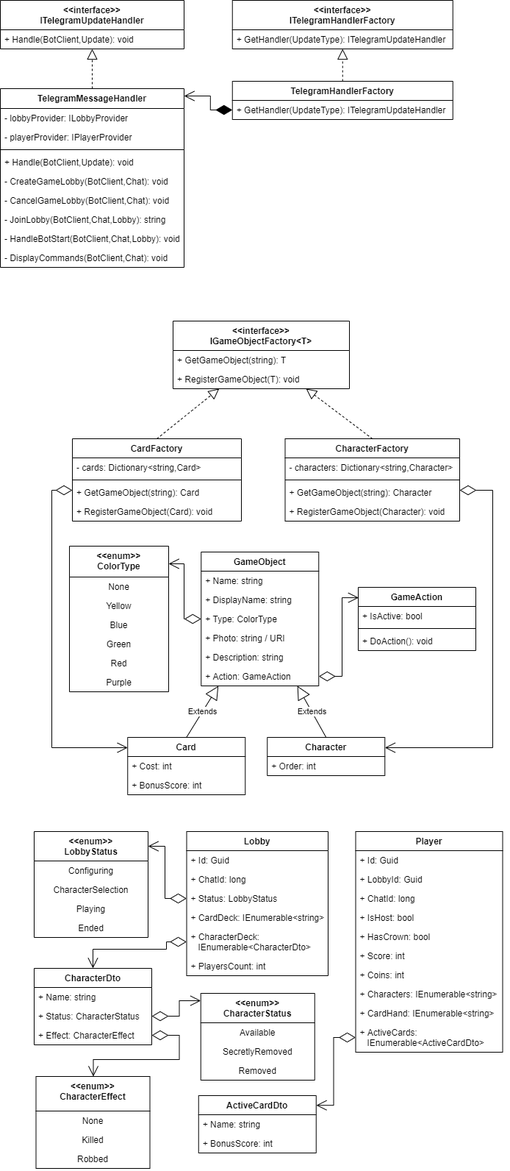
Before: docs/UML-diagram.png, a diagram exported from draw.io (AntonArtomovNM/KCAA). Source tidied: cells renumbered, new cells last; positions are measured from the earlier drawing's top-left corner, leaving out a move shared by most shapes.
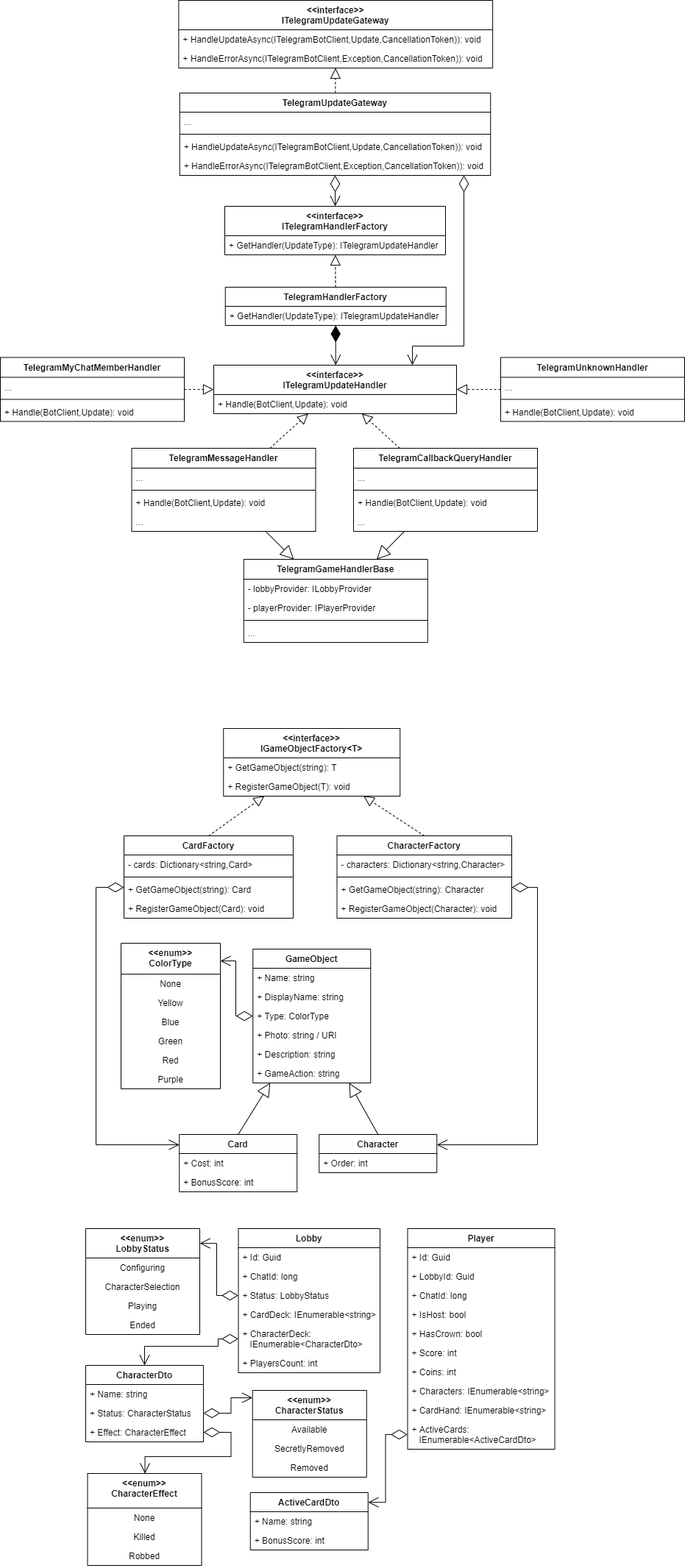
Above is the later version.

The edit, as a diff of the source:
```diff
@@ -49,17 +49,5 @@
     </mxCell>
-    <mxCell id="17" value="+ Action: GameAction" style="text;strokeColor=none;fillColor=none;align=left;verticalAlign=top;spacingLeft=4;spacingRight=4;overflow=hidden;points=[[0,0.5],[1,0.5]];portConstraint=eastwest;" parent="11" vertex="1">
+    <mxCell id="17" value="+ GameAction: string" style="text;strokeColor=none;fillColor=none;align=left;verticalAlign=top;spacingLeft=4;spacingRight=4;overflow=hidden;points=[[0,0.5],[1,0.5]];portConstraint=eastwest;" parent="11" vertex="1">
       <mxGeometry y="156" width="160" height="26" as="geometry" />
     </mxCell>
-    <mxCell id="18" value="GameAction" style="swimlane;fontStyle=1;align=center;verticalAlign=top;horizontal=1;startSize=26;" parent="1" vertex="1">
-      <mxGeometry x="487" y="798" width="160" height="86" as="geometry" />
-    </mxCell>
-    <mxCell id="19" value="+ IsActive: bool" style="text;strokeColor=none;fillColor=none;align=left;verticalAlign=top;spacingLeft=4;spacingRight=4;overflow=hidden;" parent="18" vertex="1">
-      <mxGeometry y="26" width="160" height="26" as="geometry" />
-    </mxCell>
-    <mxCell id="20" style="line;strokeWidth=1;fillColor=none;align=left;verticalAlign=middle;spacingTop=-1;spacingLeft=3;spacingRight=3;labelPosition=right;" parent="18" vertex="1">
-      <mxGeometry y="52" width="160" height="8" as="geometry" />
-    </mxCell>
-    <mxCell id="21" value="+ DoAction(): void" style="text;strokeColor=none;fillColor=none;align=left;verticalAlign=top;spacingLeft=4;spacingRight=4;overflow=hidden;" parent="18" vertex="1">
-      <mxGeometry y="60" width="160" height="26" as="geometry" />
-    </mxCell>
     <mxCell id="22" value="ActiveCardDto" style="swimlane;fontStyle=1;align=center;verticalAlign=top;horizontal=1;startSize=26;" parent="1" vertex="1">
@@ -117,10 +105,2 @@
     </mxCell>
-    <mxCell id="38" style="edgeStyle=orthogonalEdgeStyle;rounded=0;jettySize=auto;html=1;startArrow=diamondThin;startFill=0;endArrow=open;endFill=0;startSize=20;endSize=12;entryX=0.003;entryY=0.164;entryDx=0;entryDy=0;entryPerimeter=0;exitX=1;exitY=0.5;exitDx=0;exitDy=0;" parent="1" edge="1" source="17" target="18">
-      <mxGeometry relative="1" as="geometry">
-        <Array as="points">
-          <mxPoint x="465" y="919" />
-          <mxPoint x="465" y="812" />
-        </Array>
-      </mxGeometry>
-    </mxCell>
     <mxCell id="39" style="edgeStyle=orthogonalEdgeStyle;rounded=0;jettySize=auto;html=1;startArrow=diamondThin;startFill=0;endArrow=open;endFill=0;startSize=20;endSize=12;exitX=1;exitY=0.5;exitDx=0;exitDy=0;" parent="1" edge="1" source="27" target="29">
@@ -237,3 +217,3 @@
     <mxCell id="67" value="TelegramHandlerFactory" style="swimlane;fontStyle=1;align=center;verticalAlign=top;horizontal=1;startSize=26;hachureGap=4;" parent="1" vertex="1">
-      <mxGeometry x="315.8" y="110" width="300" height="52" as="geometry" />
+      <mxGeometry x="235.7" y="-150" width="300" height="52" as="geometry" />
     </mxCell>
@@ -243,3 +223,3 @@
     <mxCell id="69" value="&lt;&lt;interface&gt;&gt;&#10;ITelegramHandlerFactory" style="swimlane;fontStyle=1;align=center;verticalAlign=top;horizontal=1;startSize=40;hachureGap=4;" parent="1" vertex="1">
-      <mxGeometry x="315.8" width="300" height="66" as="geometry" />
+      <mxGeometry x="235" y="-260" width="300" height="66" as="geometry" />
     </mxCell>
@@ -248,3 +228,3 @@
     </mxCell>
-    <mxCell id="71" style="endArrow=block;dashed=1;endFill=0;endSize=12;html=1;rounded=0;exitX=0.5;exitY=0;exitDx=0;exitDy=0;" parent="1" edge="1" source="67" target="69">
+    <mxCell id="71" style="endArrow=block;dashed=1;endFill=0;endSize=12;html=1;rounded=0;" parent="1" edge="1" source="67" target="69">
       <mxGeometry relative="1" as="geometry" />
@@ -252,45 +232,27 @@
     <mxCell id="72" value="&lt;&lt;interface&gt;&gt;&#10;ITelegramUpdateHandler" style="swimlane;fontStyle=1;align=center;verticalAlign=top;horizontal=1;startSize=40;hachureGap=4;" parent="1" vertex="1">
-      <mxGeometry width="250" height="66" as="geometry" />
+      <mxGeometry x="220" y="-44" width="330" height="66" as="geometry" />
     </mxCell>
     <mxCell id="73" value="+ Handle(BotClient,Update): void" style="text;strokeColor=none;fillColor=none;align=left;verticalAlign=top;spacingLeft=4;spacingRight=4;overflow=hidden;" parent="72" vertex="1">
-      <mxGeometry y="40" width="250" height="26" as="geometry" />
+      <mxGeometry y="40" width="330" height="26" as="geometry" />
     </mxCell>
-    <mxCell id="74" value="TelegramMessageHandler" style="swimlane;fontStyle=1;align=center;verticalAlign=top;horizontal=1;startSize=27;hachureGap=4;" parent="1" vertex="1">
-      <mxGeometry y="120" width="250" height="243" as="geometry" />
+    <mxCell id="74" value="TelegramMyChatMemberHandler" style="swimlane;fontStyle=1;align=center;verticalAlign=top;horizontal=1;startSize=27;hachureGap=4;" parent="1" vertex="1">
+      <mxGeometry x="-70" y="-54.5" width="250" height="87" as="geometry" />
     </mxCell>
-    <mxCell id="75" value="- lobbyProvider: ILobbyProvider" style="text;strokeColor=none;fillColor=none;align=left;verticalAlign=top;spacingLeft=4;spacingRight=4;overflow=hidden;" parent="74" vertex="1">
-      <mxGeometry y="27" width="250" height="26" as="geometry" />
-    </mxCell>
-    <mxCell id="76" value="- playerProvider: IPlayerProvider" style="text;strokeColor=none;fillColor=none;align=left;verticalAlign=top;spacingLeft=4;spacingRight=4;overflow=hidden;" parent="74" vertex="1">
-      <mxGeometry y="53" width="250" height="26" as="geometry" />
-    </mxCell>
+    <mxCell id="108" value="..." style="text;strokeColor=none;fillColor=none;align=left;verticalAlign=top;spacingLeft=4;spacingRight=4;overflow=hidden;" parent="74" vertex="1">
+      <mxGeometry y="27" width="250" height="26" as="geometry" />
+    </mxCell>
     <mxCell id="77" style="line;strokeWidth=1;fillColor=none;align=left;verticalAlign=middle;spacingTop=-1;spacingLeft=3;spacingRight=3;labelPosition=right;hachureGap=4;labelBackgroundColor=none;fontSize=12;html=0;" parent="74" vertex="1">
-      <mxGeometry y="79" width="250" height="8" as="geometry" />
+      <mxGeometry y="53" width="250" height="8" as="geometry" />
     </mxCell>
     <mxCell id="78" value="+ Handle(BotClient,Update): void" style="text;strokeColor=none;fillColor=none;align=left;verticalAlign=top;spacingLeft=4;spacingRight=4;overflow=hidden;" parent="74" vertex="1">
-      <mxGeometry y="87" width="250" height="26" as="geometry" />
+      <mxGeometry y="61" width="250" height="26" as="geometry" />
     </mxCell>
-    <mxCell id="79" value="- CreateGameLobby(BotClient,Chat): void" style="text;strokeColor=none;fillColor=none;align=left;verticalAlign=top;spacingLeft=4;spacingRight=4;overflow=hidden;" parent="74" vertex="1">
-      <mxGeometry y="113" width="250" height="26" as="geometry" />
-    </mxCell>
-    <mxCell id="80" value="- CancelGameLobby(BotClient,Chat): void" style="text;strokeColor=none;fillColor=none;align=left;verticalAlign=top;spacingLeft=4;spacingRight=4;overflow=hidden;" parent="74" vertex="1">
-      <mxGeometry y="139" width="250" height="26" as="geometry" />
-    </mxCell>
-    <mxCell id="81" value="- JoinLobby(BotClient,Chat,Lobby): string" style="text;strokeColor=none;fillColor=none;align=left;verticalAlign=top;spacingLeft=4;spacingRight=4;overflow=hidden;" parent="74" vertex="1">
-      <mxGeometry y="165" width="250" height="26" as="geometry" />
-    </mxCell>
-    <mxCell id="82" value="- HandleBotStart(BotClient,Chat,Lobby): void" style="text;strokeColor=none;fillColor=none;align=left;verticalAlign=top;spacingLeft=4;spacingRight=4;overflow=hidden;" parent="74" vertex="1">
-      <mxGeometry y="191" width="250" height="26" as="geometry" />
-    </mxCell>
-    <mxCell id="83" value="- DisplayCommands(BotClient,Chat): void" style="text;strokeColor=none;fillColor=none;align=left;verticalAlign=top;spacingLeft=4;spacingRight=4;overflow=hidden;" parent="74" vertex="1">
-      <mxGeometry y="217" width="250" height="26" as="geometry" />
-    </mxCell>
-    <mxCell id="84" style="endArrow=block;dashed=1;endFill=0;endSize=12;html=1;rounded=0;exitX=0.5;exitY=0;exitDx=0;exitDy=0;" parent="1" edge="1" source="74" target="72">
+    <mxCell id="84" style="endArrow=block;dashed=1;endFill=0;endSize=12;html=1;rounded=0;" parent="1" edge="1" source="74" target="72">
       <mxGeometry relative="1" as="geometry" />
     </mxCell>
-    <mxCell id="85" style="endArrow=open;html=1;endSize=12;startArrow=diamondThin;startSize=20;startFill=1;edgeStyle=orthogonalEdgeStyle;align=left;verticalAlign=bottom;rounded=0;exitX=0;exitY=0.5;exitDx=0;exitDy=0;endFill=0;" parent="1" edge="1" source="68" target="74">
+    <mxCell id="85" style="endArrow=open;html=1;endSize=12;startArrow=diamondThin;startSize=20;startFill=1;edgeStyle=orthogonalEdgeStyle;align=left;verticalAlign=bottom;rounded=0;endFill=0;" parent="1" edge="1" source="67" target="72">
       <mxGeometry x="-1" y="20" relative="1" as="geometry">
         <Array as="points">
-          <mxPoint x="285.8" y="149" />
-          <mxPoint x="285.8" y="130" />
+          <mxPoint x="385" y="-70" />
+          <mxPoint x="385" y="-70" />
         </Array>
@@ -307,6 +269,6 @@
     </mxCell>
-    <mxCell id="89" value="Extends" style="endArrow=block;endSize=16;endFill=0;html=1;rounded=0;exitX=0.5;exitY=0;exitDx=0;exitDy=0;" parent="1" edge="1" source="2" target="11">
-      <mxGeometry relative="1" as="geometry" />
+    <mxCell id="89" style="endArrow=block;endSize=16;endFill=0;html=1;rounded=0;exitX=0.5;exitY=0;exitDx=0;exitDy=0;" parent="1" edge="1" source="2" target="11">
+      <mxGeometry x="-0.26" y="-13" relative="1" as="geometry" />
     </mxCell>
-    <mxCell id="90" value="Extends" style="endArrow=block;endSize=16;endFill=0;html=1;rounded=0;exitX=0.5;exitY=0;exitDx=0;exitDy=0;" parent="1" edge="1" source="86" target="11">
+    <mxCell id="90" style="endArrow=block;endSize=16;endFill=0;html=1;rounded=0;exitX=0.5;exitY=0;exitDx=0;exitDy=0;" parent="1" edge="1" source="86" target="11">
       <mxGeometry relative="1" as="geometry" />
@@ -314,3 +276,3 @@
     <mxCell id="91" value="&lt;&lt;interface&gt;&gt;&#10;IGameObjectFactory&lt;T&gt;" style="swimlane;fontStyle=1;align=center;verticalAlign=top;horizontal=1;startSize=40;hachureGap=4;" parent="1" vertex="1">
-      <mxGeometry x="235" y="436" width="240" height="92" as="geometry" />
+      <mxGeometry x="233.2" y="450" width="240" height="92" as="geometry" />
     </mxCell>
@@ -361,4 +323,4 @@
         <Array as="points">
-          <mxPoint x="70" y="666" />
-          <mxPoint x="70" y="1016" />
+          <mxPoint x="60" y="666" />
+          <mxPoint x="60" y="1016" />
         </Array>
@@ -369,4 +331,4 @@
         <Array as="points">
-          <mxPoint x="670" y="666" />
-          <mxPoint x="670" y="1016" />
+          <mxPoint x="660" y="666" />
+          <mxPoint x="660" y="1016" />
         </Array>
@@ -374,2 +336,117 @@
     </mxCell>
+    <mxCell id="109" value="TelegramMessageHandler" style="swimlane;fontStyle=1;align=center;verticalAlign=top;horizontal=1;startSize=27;hachureGap=4;" parent="1" vertex="1">
+      <mxGeometry x="108.5" y="69" width="250" height="113" as="geometry" />
+    </mxCell>
+    <mxCell id="110" value="..." style="text;strokeColor=none;fillColor=none;align=left;verticalAlign=top;spacingLeft=4;spacingRight=4;overflow=hidden;" parent="109" vertex="1">
+      <mxGeometry y="27" width="250" height="26" as="geometry" />
+    </mxCell>
+    <mxCell id="111" style="line;strokeWidth=1;fillColor=none;align=left;verticalAlign=middle;spacingTop=-1;spacingLeft=3;spacingRight=3;labelPosition=right;hachureGap=4;labelBackgroundColor=none;fontSize=12;html=0;" parent="109" vertex="1">
+      <mxGeometry y="53" width="250" height="8" as="geometry" />
+    </mxCell>
+    <mxCell id="112" value="+ Handle(BotClient,Update): void" style="text;strokeColor=none;fillColor=none;align=left;verticalAlign=top;spacingLeft=4;spacingRight=4;overflow=hidden;" parent="109" vertex="1">
+      <mxGeometry y="61" width="250" height="26" as="geometry" />
+    </mxCell>
+    <mxCell id="113" value="..." style="text;strokeColor=none;fillColor=none;align=left;verticalAlign=top;spacingLeft=4;spacingRight=4;overflow=hidden;" parent="109" vertex="1">
+      <mxGeometry y="87" width="250" height="26" as="geometry" />
+    </mxCell>
+    <mxCell id="114" value="TelegramGameHandlerBase" style="swimlane;fontStyle=1;align=center;verticalAlign=top;horizontal=1;startSize=27;hachureGap=4;" parent="1" vertex="1">
+      <mxGeometry x="260.8" y="220" width="250" height="113" as="geometry" />
+    </mxCell>
+    <mxCell id="75" value="- lobbyProvider: ILobbyProvider" style="text;strokeColor=none;fillColor=none;align=left;verticalAlign=top;spacingLeft=4;spacingRight=4;overflow=hidden;" parent="114" vertex="1">
+      <mxGeometry y="27" width="250" height="26" as="geometry" />
+    </mxCell>
+    <mxCell id="76" value="- playerProvider: IPlayerProvider" style="text;strokeColor=none;fillColor=none;align=left;verticalAlign=top;spacingLeft=4;spacingRight=4;overflow=hidden;" parent="114" vertex="1">
+      <mxGeometry y="53" width="250" height="26" as="geometry" />
+    </mxCell>
+    <mxCell id="115" style="line;strokeWidth=1;fillColor=none;align=left;verticalAlign=middle;spacingTop=-1;spacingLeft=3;spacingRight=3;labelPosition=right;hachureGap=4;labelBackgroundColor=none;fontSize=12;html=0;" parent="114" vertex="1">
+      <mxGeometry y="79" width="250" height="8" as="geometry" />
+    </mxCell>
+    <mxCell id="116" value="..." style="text;strokeColor=none;fillColor=none;align=left;verticalAlign=top;spacingLeft=4;spacingRight=4;overflow=hidden;" parent="114" vertex="1">
+      <mxGeometry y="87" width="250" height="26" as="geometry" />
+    </mxCell>
+    <mxCell id="117" style="endArrow=block;dashed=1;endFill=0;endSize=12;html=1;rounded=0;" parent="1" edge="1" source="109" target="72">
+      <mxGeometry relative="1" as="geometry" />
+    </mxCell>
+    <mxCell id="118" value="TelegramCallbackQueryHandler" style="swimlane;fontStyle=1;align=center;verticalAlign=top;horizontal=1;startSize=27;hachureGap=4;" parent="1" vertex="1">
+      <mxGeometry x="410" y="69" width="250" height="113" as="geometry" />
+    </mxCell>
+    <mxCell id="119" value="..." style="text;strokeColor=none;fillColor=none;align=left;verticalAlign=top;spacingLeft=4;spacingRight=4;overflow=hidden;" parent="118" vertex="1">
+      <mxGeometry y="27" width="250" height="26" as="geometry" />
+    </mxCell>
+    <mxCell id="120" style="line;strokeWidth=1;fillColor=none;align=left;verticalAlign=middle;spacingTop=-1;spacingLeft=3;spacingRight=3;labelPosition=right;hachureGap=4;labelBackgroundColor=none;fontSize=12;html=0;" parent="118" vertex="1">
+      <mxGeometry y="53" width="250" height="8" as="geometry" />
+    </mxCell>
+    <mxCell id="121" value="+ Handle(BotClient,Update): void" style="text;strokeColor=none;fillColor=none;align=left;verticalAlign=top;spacingLeft=4;spacingRight=4;overflow=hidden;" parent="118" vertex="1">
+      <mxGeometry y="61" width="250" height="26" as="geometry" />
+    </mxCell>
+    <mxCell id="122" value="..." style="text;strokeColor=none;fillColor=none;align=left;verticalAlign=top;spacingLeft=4;spacingRight=4;overflow=hidden;" parent="118" vertex="1">
+      <mxGeometry y="87" width="250" height="26" as="geometry" />
+    </mxCell>
+    <mxCell id="123" style="endArrow=block;dashed=1;endFill=0;endSize=12;html=1;rounded=0;" parent="1" edge="1" source="118" target="72">
+      <mxGeometry relative="1" as="geometry" />
+    </mxCell>
+    <mxCell id="124" value="TelegramUnknownHandler" style="swimlane;fontStyle=1;align=center;verticalAlign=top;horizontal=1;startSize=27;hachureGap=4;" parent="1" vertex="1">
+      <mxGeometry x="610" y="-54.5" width="250" height="87" as="geometry" />
+    </mxCell>
+    <mxCell id="125" value="..." style="text;strokeColor=none;fillColor=none;align=left;verticalAlign=top;spacingLeft=4;spacingRight=4;overflow=hidden;" parent="124" vertex="1">
+      <mxGeometry y="27" width="250" height="26" as="geometry" />
+    </mxCell>
+    <mxCell id="126" style="line;strokeWidth=1;fillColor=none;align=left;verticalAlign=middle;spacingTop=-1;spacingLeft=3;spacingRight=3;labelPosition=right;hachureGap=4;labelBackgroundColor=none;fontSize=12;html=0;" parent="124" vertex="1">
+      <mxGeometry y="53" width="250" height="8" as="geometry" />
+    </mxCell>
+    <mxCell id="127" value="+ Handle(BotClient,Update): void" style="text;strokeColor=none;fillColor=none;align=left;verticalAlign=top;spacingLeft=4;spacingRight=4;overflow=hidden;" parent="124" vertex="1">
+      <mxGeometry y="61" width="250" height="26" as="geometry" />
+    </mxCell>
+    <mxCell id="128" style="endArrow=block;dashed=1;endFill=0;endSize=12;html=1;rounded=0;" parent="1" edge="1" source="124" target="72">
+      <mxGeometry relative="1" as="geometry" />
+    </mxCell>
+    <mxCell id="129" style="endArrow=block;endSize=16;endFill=0;html=1;rounded=0;" parent="1" edge="1" source="118" target="114">
+      <mxGeometry y="-20" relative="1" as="geometry" />
+    </mxCell>
+    <mxCell id="130" style="endArrow=block;endSize=16;endFill=0;html=1;rounded=0;" parent="1" edge="1" source="109" target="114">
+      <mxGeometry y="-20" relative="1" as="geometry" />
+    </mxCell>
+    <mxCell id="131" value="TelegramUpdateGateway" style="swimlane;fontStyle=1;align=center;verticalAlign=top;horizontal=1;startSize=26;hachureGap=4;" parent="1" vertex="1">
+      <mxGeometry x="173.8" y="-414" width="422.5" height="112" as="geometry" />
+    </mxCell>
+    <mxCell id="132" value="..." style="text;strokeColor=none;fillColor=none;align=left;verticalAlign=top;spacingLeft=4;spacingRight=4;overflow=hidden;" parent="131" vertex="1">
+      <mxGeometry y="26" width="422.5" height="26" as="geometry" />
+    </mxCell>
+    <mxCell id="133" style="line;strokeWidth=1;fillColor=none;align=left;verticalAlign=middle;spacingTop=-1;spacingLeft=3;spacingRight=3;labelPosition=right;hachureGap=4;labelBackgroundColor=none;fontSize=12;html=0;" parent="131" vertex="1">
+      <mxGeometry y="52" width="422.5" height="8" as="geometry" />
+    </mxCell>
+    <mxCell id="134" value="+ HandleUpdateAsync(ITelegramBotClient,Update,CancellationToken)): void" style="text;strokeColor=none;fillColor=none;align=left;verticalAlign=top;spacingLeft=4;spacingRight=4;overflow=hidden;" parent="131" vertex="1">
+      <mxGeometry y="60" width="422.5" height="26" as="geometry" />
+    </mxCell>
+    <mxCell id="135" value="+ HandleErrorAsync(ITelegramBotClient,Exception,CancellationToken)): void" style="text;strokeColor=none;fillColor=none;align=left;verticalAlign=top;spacingLeft=4;spacingRight=4;overflow=hidden;" parent="131" vertex="1">
+      <mxGeometry y="86" width="422.5" height="26" as="geometry" />
+    </mxCell>
+    <mxCell id="136" style="edgeStyle=orthogonalEdgeStyle;rounded=0;jettySize=auto;html=1;startArrow=diamondThin;startFill=0;endSize=12;startSize=20;endArrow=open;endFill=0;" parent="1" edge="1" source="131" target="69">
+      <mxGeometry relative="1" as="geometry">
+        <Array as="points">
+          <mxPoint x="385" y="-280" />
+          <mxPoint x="385" y="-280" />
+        </Array>
+      </mxGeometry>
+    </mxCell>
+    <mxCell id="137" value="&lt;&lt;interface&gt;&gt;&#10;ITelegramUpdateGateway" style="swimlane;fontStyle=1;align=center;verticalAlign=top;horizontal=1;startSize=40;hachureGap=4;" parent="1" vertex="1">
+      <mxGeometry x="172.4" y="-540" width="426.8" height="92" as="geometry" />
+    </mxCell>
+    <mxCell id="138" value="+ HandleUpdateAsync(ITelegramBotClient,Update,CancellationToken)): void" style="text;strokeColor=none;fillColor=none;align=left;verticalAlign=top;spacingLeft=4;spacingRight=4;overflow=hidden;" parent="137" vertex="1">
+      <mxGeometry y="40" width="426.8" height="26" as="geometry" />
+    </mxCell>
+    <mxCell id="139" value="+ HandleErrorAsync(ITelegramBotClient,Exception,CancellationToken)): void" style="text;strokeColor=none;fillColor=none;align=left;verticalAlign=top;spacingLeft=4;spacingRight=4;overflow=hidden;" parent="137" vertex="1">
+      <mxGeometry y="66" width="426.8" height="26" as="geometry" />
+    </mxCell>
+    <mxCell id="140" style="endArrow=block;dashed=1;endFill=0;endSize=12;html=1;rounded=0;" parent="1" edge="1" source="131" target="137">
+      <mxGeometry relative="1" as="geometry" />
+    </mxCell>
+    <mxCell id="141" style="edgeStyle=orthogonalEdgeStyle;rounded=0;jettySize=auto;html=1;startArrow=diamondThin;startFill=0;endSize=12;startSize=20;endArrow=open;endFill=0;" parent="1" edge="1" source="131" target="72">
+      <mxGeometry relative="1" as="geometry">
+        <Array as="points">
+          <mxPoint x="560" y="-70" />
+          <mxPoint x="490" y="-70" />
+        </Array>
+      </mxGeometry>
+    </mxCell>
   </root>
```
